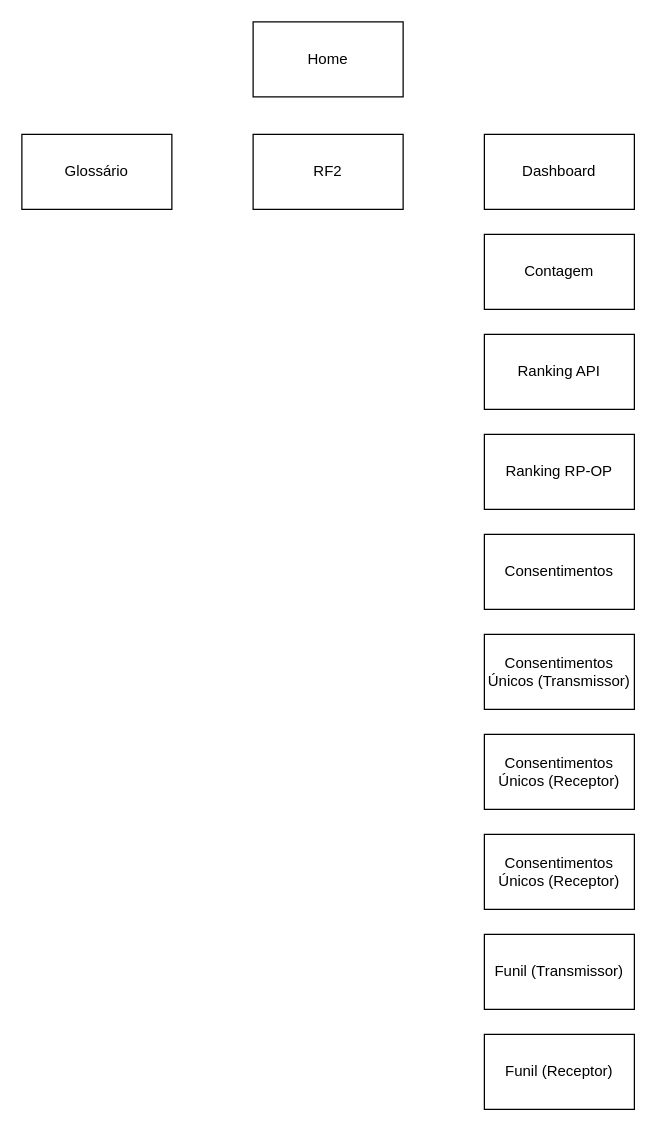
This is Untitled Diagram.drawio from kaue-delmonte-acn/next-app, a draw.io file, before an edit. Source tidied: cells renumbered, new cells numbered last; positions are measured from the earlier drawing's top-left corner, leaving out a move shared by most shapes. Both pictures are drawn from the tidied source at 125%, with x=0, y=0 at pixel (21, 21).
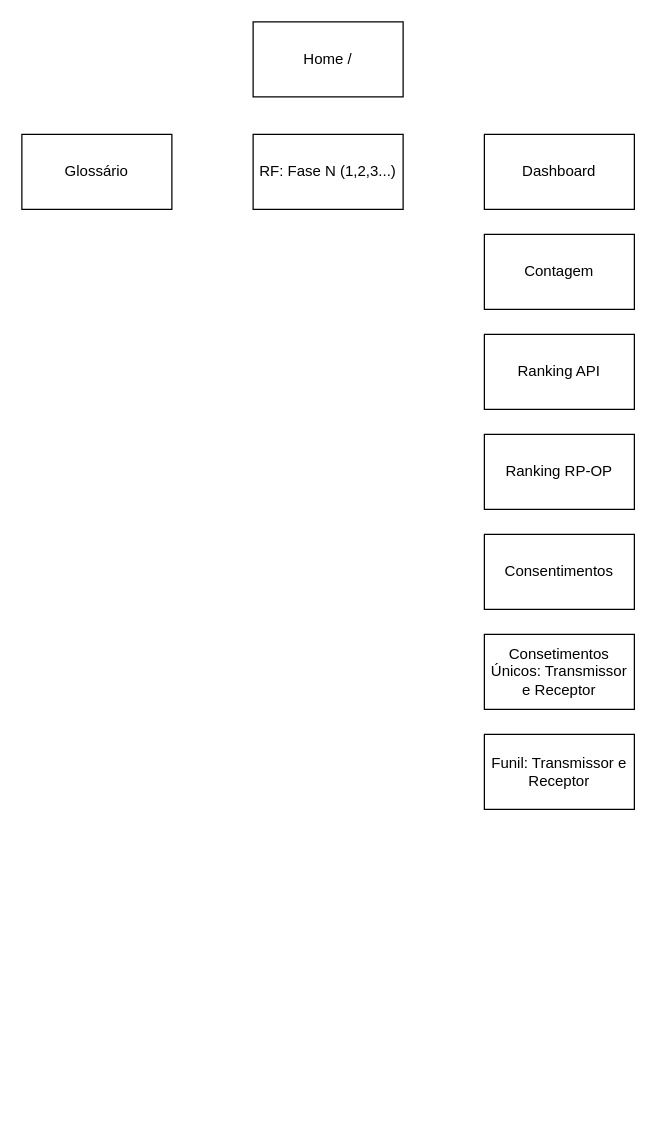
Above is the later version.

Change to the diagram source:
```diff
@@
 <mxGraphModel>
   <root>
     <mxCell id="0" />
     <mxCell id="1" parent="0" />
-    <mxCell id="2" value="Home" style="rounded=0;whiteSpace=wrap;html=1;" parent="1" vertex="1">
+    <mxCell id="2" value="Home /" style="rounded=0;whiteSpace=wrap;html=1;" parent="1" vertex="1">
       <mxGeometry x="185" width="120" height="60" as="geometry" />
     </mxCell>
     <mxCell id="3" value="Glossário" style="rounded=0;whiteSpace=wrap;html=1;" parent="1" vertex="1">
       <mxGeometry y="90" width="120" height="60" as="geometry" />
     </mxCell>
-    <mxCell id="4" value="RF2" style="rounded=0;whiteSpace=wrap;html=1;" parent="1" vertex="1">
+    <mxCell id="4" value="RF: Fase N (1,2,3...)" style="rounded=0;whiteSpace=wrap;html=1;" parent="1" vertex="1">
       <mxGeometry x="185" y="90" width="120" height="60" as="geometry" />
     </mxCell>
     <mxCell id="5" value="Contagem" style="rounded=0;whiteSpace=wrap;html=1;" parent="1" vertex="1">
       <mxGeometry x="370" y="170" width="120" height="60" as="geometry" />
     </mxCell>
     <mxCell id="6" value="Dashboard" style="rounded=0;whiteSpace=wrap;html=1;" parent="1" vertex="1">
       <mxGeometry x="370" y="90" width="120" height="60" as="geometry" />
     </mxCell>
     <mxCell id="7" value="Ranking API" style="rounded=0;whiteSpace=wrap;html=1;" parent="1" vertex="1">
       <mxGeometry x="370" y="250" width="120" height="60" as="geometry" />
     </mxCell>
     <mxCell id="8" value="Ranking RP-OP" style="rounded=0;whiteSpace=wrap;html=1;" parent="1" vertex="1">
       <mxGeometry x="370" y="330" width="120" height="60" as="geometry" />
     </mxCell>
     <mxCell id="9" value="Consentimentos" style="rounded=0;whiteSpace=wrap;html=1;" parent="1" vertex="1">
       <mxGeometry x="370" y="410" width="120" height="60" as="geometry" />
     </mxCell>
-    <mxCell id="10" value="Consentimentos Únicos (Transmissor)" style="rounded=0;whiteSpace=wrap;html=1;" parent="1" vertex="1">
+    <mxCell id="10" value="Consetimentos Únicos: Transmissor e Receptor" style="rounded=0;whiteSpace=wrap;html=1;" parent="1" vertex="1">
       <mxGeometry x="370" y="490" width="120" height="60" as="geometry" />
     </mxCell>
-    <mxCell id="11" value="Consentimentos Únicos (Receptor)" style="rounded=0;whiteSpace=wrap;html=1;" parent="1" vertex="1">
-      <mxGeometry x="370" y="570" width="120" height="60" as="geometry" />
-    </mxCell>
-    <mxCell id="12" value="Consentimentos Únicos (Receptor)" style="rounded=0;whiteSpace=wrap;html=1;" parent="1" vertex="1">
-      <mxGeometry x="370" y="650" width="120" height="60" as="geometry" />
-    </mxCell>
-    <mxCell id="13" value="Funil (Transmissor)" style="rounded=0;whiteSpace=wrap;html=1;" parent="1" vertex="1">
-      <mxGeometry x="370" y="730" width="120" height="60" as="geometry" />
+    <mxCell id="13" value="Funil: Transmissor e Receptor" style="rounded=0;whiteSpace=wrap;html=1;" parent="1" vertex="1">
+      <mxGeometry x="370" y="570" width="120" height="60" as="geometry" />
     </mxCell>
-    <mxCell id="14" value="Funil (Receptor)" style="rounded=0;whiteSpace=wrap;html=1;" parent="1" vertex="1">
-      <mxGeometry x="370" y="810" width="120" height="60" as="geometry" />
-    </mxCell>
   </root>
 </mxGraphModel>
```
